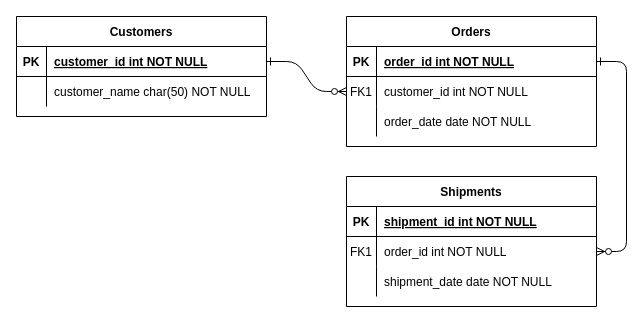
The draw.io diagram Untitled Diagram.drawio in alto-I/hello-wold, before the edit. Source tidied: cells renumbered, new cells numbered last; positions are measured from the earlier drawing's top-left corner, leaving out a move shared by most shapes. Both pictures are drawn from the tidied source at 100%, with x=0, y=0 at pixel (16, 16).
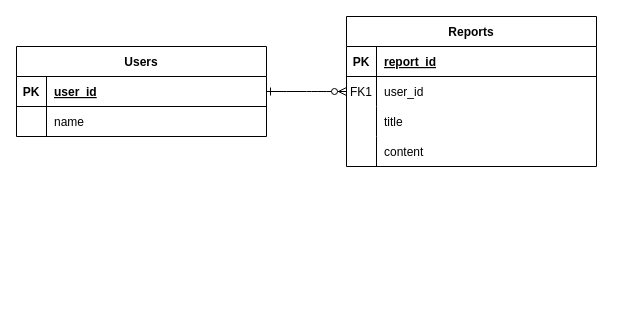
Above is the later version.

Commit message:
Untitled Diagram.drawio を更新します

Unchanged cells that the change refers to:
```xml
<mxCell id="5" style="shape=partialRectangle;fillColor=none;points=[[0,0.5],[1,0.5]];portConstraint=eastwest;top=0;left=0;right=0;bottom=1;" parent="4" vertex="1">
  <mxGeometry y="30" width="250" height="30" as="geometry" />
</mxCell>
<mxCell id="8" style="shape=partialRectangle;fillColor=none;points=[[0,0.5],[1,0.5]];portConstraint=eastwest;top=0;left=0;right=0;bottom=0;" parent="4" vertex="1">
  <mxGeometry y="60" width="250" height="30" as="geometry" />
</mxCell>
<mxCell id="11" style="shape=partialRectangle;fillColor=none;top=0;left=0;right=0;bottom=0;" parent="4" vertex="1">
  <mxGeometry y="90" width="250" height="30" as="geometry" />
</mxCell>
<mxCell id="25" style="shape=partialRectangle;fillColor=none;points=[[0,0.5],[1,0.5]];portConstraint=eastwest;top=0;left=0;right=0;bottom=1;" parent="24" vertex="1">
  <mxGeometry y="30" width="250" height="30" as="geometry" />
</mxCell>
<mxCell id="28" style="shape=partialRectangle;fillColor=none;top=0;left=0;right=0;bottom=0;" parent="24" vertex="1">
  <mxGeometry y="60" width="250" height="30" as="geometry" />
</mxCell>
```

The edit, as a diff of the source:
```diff
@@
-    <mxCell id="3" style="edgeStyle=entityRelationEdgeStyle;endArrow=ERzeroToMany;startArrow=ERone;endFill=1;startFill=0;" parent="1" edge="1" source="5" target="18">
-      <mxGeometry relative="1" as="geometry" />
-    </mxCell>
-    <mxCell id="4" value="Orders" style="shape=table;startSize=30;childLayout=tableLayout;rowLines=0;fontStyle=1;align=center;" parent="1" vertex="1">
-      <mxGeometry x="330" width="250" height="130" as="geometry" />
+    <mxCell id="4" value="Reports" style="shape=table;startSize=30;childLayout=tableLayout;rowLines=0;fontStyle=1;align=center;" parent="1" vertex="1">
+      <mxGeometry x="330" width="250" height="150" as="geometry" />
     </mxCell>
@@
-    <mxCell id="7" value="order_id int NOT NULL " style="shape=partialRectangle;overflow=hidden;fillColor=none;top=0;left=0;bottom=0;right=0;align=left;spacingLeft=6;fontStyle=5;" parent="5" vertex="1">
+    <mxCell id="7" value="report_id" style="shape=partialRectangle;overflow=hidden;fillColor=none;top=0;left=0;bottom=0;right=0;align=left;spacingLeft=6;fontStyle=5;" parent="5" vertex="1">
       <mxGeometry x="30" width="220" height="30" as="geometry" />
     </mxCell>
@@
-    <mxCell id="10" value="customer_id int NOT NULL" style="shape=partialRectangle;overflow=hidden;fillColor=none;top=0;left=0;bottom=0;right=0;align=left;spacingLeft=6;" parent="8" vertex="1">
+    <mxCell id="10" value="user_id" style="shape=partialRectangle;overflow=hidden;fillColor=none;top=0;left=0;bottom=0;right=0;align=left;spacingLeft=6;" parent="8" vertex="1">
       <mxGeometry x="30" width="220" height="30" as="geometry" />
     </mxCell>
@@
-    <mxCell id="13" value="order_date date NOT NULL" style="shape=partialRectangle;overflow=hidden;fillColor=none;top=0;left=0;bottom=0;right=0;align=left;spacingLeft=6;" parent="11" vertex="1">
+    <mxCell id="13" value="title" style="shape=partialRectangle;overflow=hidden;fillColor=none;top=0;left=0;bottom=0;right=0;align=left;spacingLeft=6;" parent="11" vertex="1">
       <mxGeometry x="30" width="220" height="30" as="geometry" />
     </mxCell>
-    <mxCell id="14" value="Shipments" style="shape=table;startSize=30;childLayout=tableLayout;rowLines=0;fontStyle=1;align=center;" parent="1" vertex="1">
-      <mxGeometry x="330" y="160" width="250" height="130" as="geometry" />
-    </mxCell>
-    <mxCell id="15" style="shape=partialRectangle;fillColor=none;top=0;left=0;right=0;bottom=1;" parent="14" vertex="1">
-      <mxGeometry y="30" width="250" height="30" as="geometry" />
-    </mxCell>
-    <mxCell id="16" value="PK" style="shape=partialRectangle;overflow=hidden;fillColor=none;top=0;left=0;bottom=0;right=0;fontStyle=1;" parent="15" vertex="1">
-      <mxGeometry width="30" height="30" as="geometry" />
-    </mxCell>
-    <mxCell id="17" value="shipment_id int NOT NULL " style="shape=partialRectangle;overflow=hidden;fillColor=none;top=0;left=0;bottom=0;right=0;align=left;spacingLeft=6;fontStyle=5;" parent="15" vertex="1">
-      <mxGeometry x="30" width="220" height="30" as="geometry" />
-    </mxCell>
-    <mxCell id="18" style="shape=partialRectangle;fillColor=none;points=[[0,0.5],[1,0.5]];portConstraint=eastwest;top=0;left=0;right=0;bottom=0;" parent="14" vertex="1">
-      <mxGeometry y="60" width="250" height="30" as="geometry" />
-    </mxCell>
-    <mxCell id="19" value="FK1" style="shape=partialRectangle;overflow=hidden;fillColor=none;top=0;left=0;bottom=0;right=0;" parent="18" vertex="1">
-      <mxGeometry width="30" height="30" as="geometry" />
-    </mxCell>
-    <mxCell id="20" value="order_id int NOT NULL" style="shape=partialRectangle;overflow=hidden;fillColor=none;top=0;left=0;bottom=0;right=0;align=left;spacingLeft=6;" parent="18" vertex="1">
-      <mxGeometry x="30" width="220" height="30" as="geometry" />
-    </mxCell>
-    <mxCell id="21" style="shape=partialRectangle;fillColor=none;top=0;left=0;right=0;bottom=0;" parent="14" vertex="1">
-      <mxGeometry y="90" width="250" height="30" as="geometry" />
-    </mxCell>
+    <mxCell id="31" style="shape=partialRectangle;fillColor=none;top=0;left=0;right=0;bottom=0;" parent="4" vertex="1">
+      <mxGeometry y="120" width="250" height="30" as="geometry" />
+    </mxCell>
-    <mxCell id="22" style="shape=partialRectangle;overflow=hidden;fillColor=none;top=0;left=0;bottom=0;right=0;" parent="21" vertex="1">
+    <mxCell id="22" style="shape=partialRectangle;overflow=hidden;fillColor=none;top=0;left=0;bottom=0;right=0;" parent="31" vertex="1">
       <mxGeometry width="30" height="30" as="geometry" />
     </mxCell>
-    <mxCell id="23" value="shipment_date date NOT NULL" style="shape=partialRectangle;overflow=hidden;fillColor=none;top=0;left=0;bottom=0;right=0;align=left;spacingLeft=6;" parent="21" vertex="1">
-      <mxGeometry x="30" width="220" height="30" as="geometry" />
-    </mxCell>
+    <mxCell id="32" value="content" style="shape=partialRectangle;overflow=hidden;fillColor=none;top=0;left=0;bottom=0;right=0;align=left;spacingLeft=6;" parent="31" vertex="1">
+      <mxGeometry x="30" width="220" height="30" as="geometry" />
+    </mxCell>
-    <mxCell id="24" value="Customers" style="shape=table;startSize=30;childLayout=tableLayout;rowLines=0;fontStyle=1;align=center;" parent="1" vertex="1">
-      <mxGeometry width="250" height="100" as="geometry" />
+    <mxCell id="24" value="Users" style="shape=table;startSize=30;childLayout=tableLayout;rowLines=0;fontStyle=1;align=center;" parent="1" vertex="1">
+      <mxGeometry y="30" width="250" height="90" as="geometry" />
     </mxCell>
@@
-    <mxCell id="27" value="customer_id int NOT NULL " style="shape=partialRectangle;overflow=hidden;fillColor=none;top=0;left=0;bottom=0;right=0;align=left;spacingLeft=6;fontStyle=5;" parent="25" vertex="1">
+    <mxCell id="27" value="user_id" style="shape=partialRectangle;overflow=hidden;fillColor=none;top=0;left=0;bottom=0;right=0;align=left;spacingLeft=6;fontStyle=5;" parent="25" vertex="1">
       <mxGeometry x="30" width="220" height="30" as="geometry" />
     </mxCell>
@@
-    <mxCell id="30" value="customer_name char(50) NOT NULL" style="shape=partialRectangle;overflow=hidden;fillColor=none;top=0;left=0;bottom=0;right=0;align=left;spacingLeft=6;" parent="28" vertex="1">
+    <mxCell id="30" value="name" style="shape=partialRectangle;overflow=hidden;fillColor=none;top=0;left=0;bottom=0;right=0;align=left;spacingLeft=6;" parent="28" vertex="1">
       <mxGeometry x="30" width="220" height="30" as="geometry" />
     </mxCell>
```
